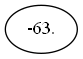
Above: differ/dif.png in matmuher/flip-flop (Graphviz), before the change. Its source is kept beside it as differ/dif.dot.
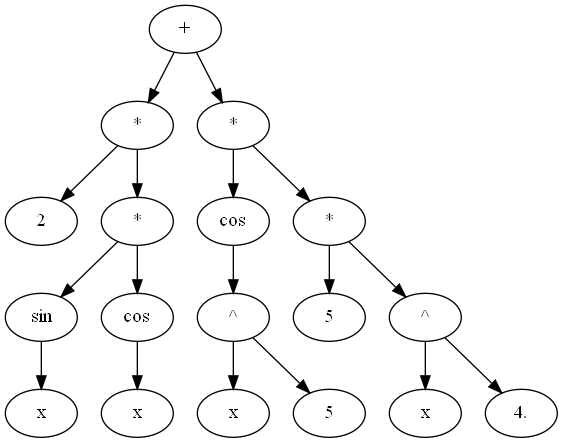
Later version of the same file.

Diff of the diagram source:
```diff
@@ -1,3 +1,37 @@
 digraph G {
-A006E31A0 [label = "-63."];
+A006B6A18 [label = "+"];
+A006B6A18 -> A006B6B80;
+A006B6A18 -> A006B69E8;
+A006B6B80 [label = "*"];
+A006B6B80 -> A006B6AC0;
+A006B6B80 -> A006B6B50;
+A006B6AC0 [label = "2"];
+A006B6B50 [label = "*"];
+A006B6B50 -> A006B6B68;
+A006B6B50 -> A006B6A00;
+A006B6B68 [label = "sin"];
+A006B6B68 -> A006B6AA8;
+A006B6AA8 [label = "x"];
+A006B6A00 [label = "cos"];
+A006B6A00 -> A006B6A48;
+A006B6A48 [label = "x"];
+A006B69E8 [label = "*"];
+A006B69E8 -> A006B69B8;
+A006B69E8 -> A006B69D0;
+A006B69B8 [label = "cos"];
+A006B69B8 -> A006B6A60;
+A006B6A60 [label = "^"];
+A006B6A60 -> A006B6A30;
+A006B6A60 -> A006B6B38;
+A006B6A30 [label = "x"];
+A006B6B38 [label = "5"];
+A006B69D0 [label = "*"];
+A006B69D0 -> A006B33A0;
+A006B69D0 -> A006B04C0;
+A006B33A0 [label = "5"];
+A006B04C0 [label = "^"];
+A006B04C0 -> A006B3350;
+A006B04C0 -> A006B3418;
+A006B3350 [label = "x"];
+A006B3418 [label = "4."];
 }
```
